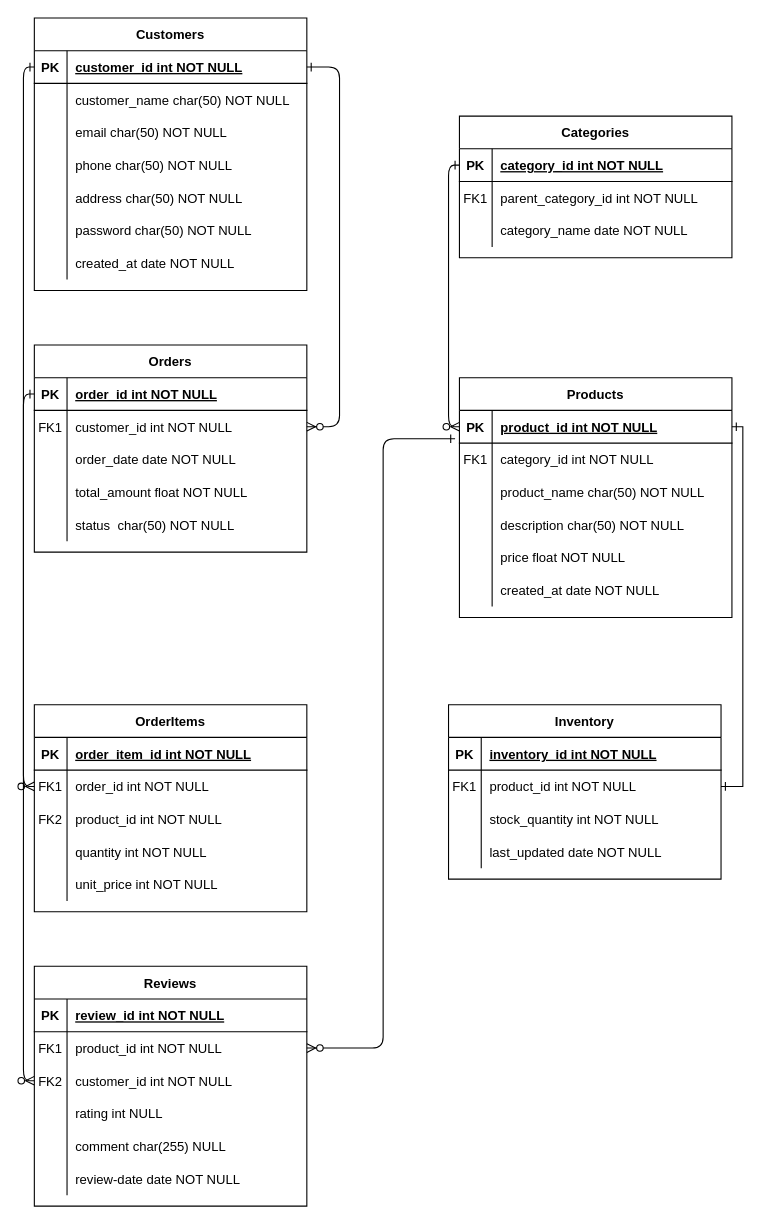
Before: amalixshop.drawio in eugeneanokye99/amalixshop, a draw.io diagram. Source tidied: cells renumbered, new cells numbered last; positions are measured from the earlier drawing's top-left corner, leaving out a move shared by most shapes. Both pictures are drawn from the tidied source at 109%, with x=0, y=0 at pixel (34, 17).
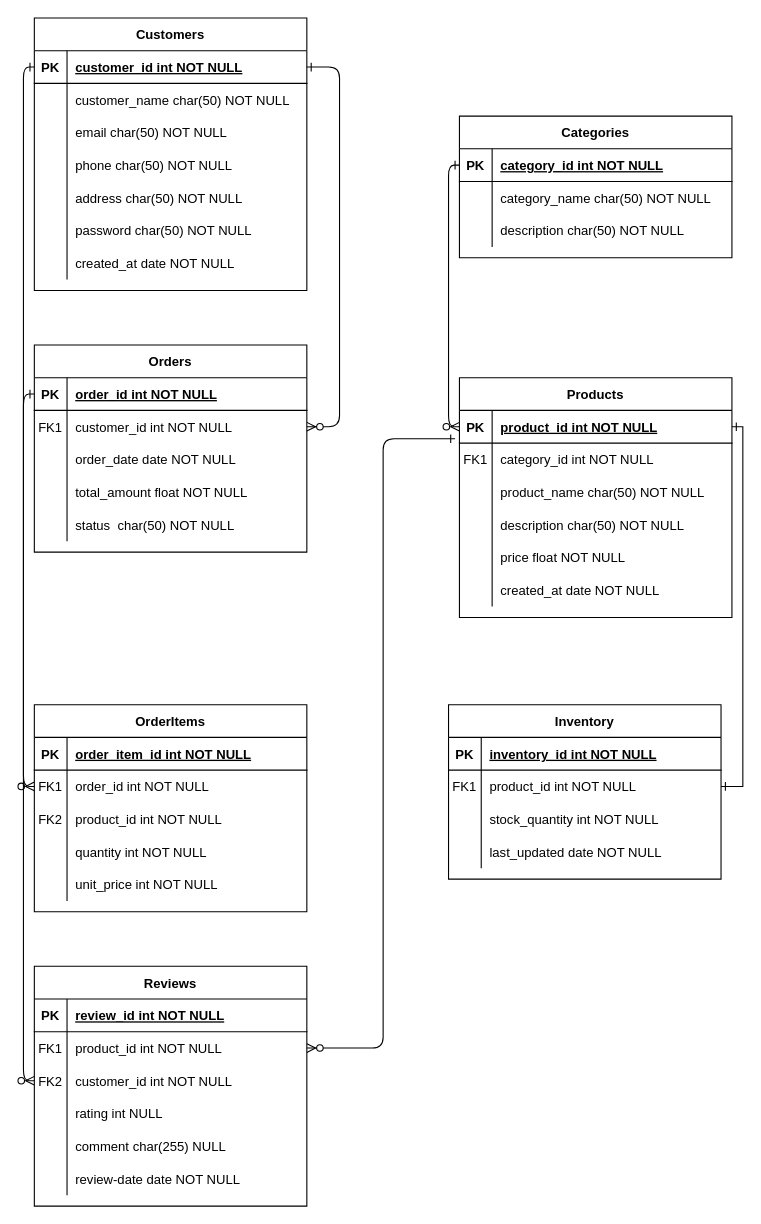
The same page after the edit.

The change refers to these unchanged cells:
```xml
<mxCell id="65" style="shape=partialRectangle;fillColor=none;top=0;left=0;right=0;bottom=0;" parent="61" vertex="1">
  <mxGeometry y="60" width="250" height="30" as="geometry" />
</mxCell>
<mxCell id="68" style="shape=partialRectangle;fillColor=none;top=0;left=0;right=0;bottom=0;" parent="61" vertex="1">
  <mxGeometry y="90" width="250" height="30" as="geometry" />
</mxCell>
```

Change to the diagram source:
```diff
@@
-    <mxCell id="66" value="FK1" style="shape=partialRectangle;overflow=hidden;fillColor=none;top=0;left=0;bottom=0;right=0;" parent="65" vertex="1">
+    <mxCell id="66" style="shape=partialRectangle;overflow=hidden;fillColor=none;top=0;left=0;bottom=0;right=0;" parent="65" vertex="1">
       <mxGeometry width="30" height="30" as="geometry" />
     </mxCell>
-    <mxCell id="67" value="parent_category_id int NOT NULL" style="shape=partialRectangle;overflow=hidden;fillColor=none;top=0;left=0;bottom=0;right=0;align=left;spacingLeft=6;" parent="65" vertex="1">
+    <mxCell id="67" value="category_name char(50) NOT NULL" style="shape=partialRectangle;overflow=hidden;fillColor=none;top=0;left=0;bottom=0;right=0;align=left;spacingLeft=6;" parent="65" vertex="1">
       <mxGeometry x="30" width="220" height="30" as="geometry" />
     </mxCell>
@@
-    <mxCell id="70" value="category_name date NOT NULL" style="shape=partialRectangle;overflow=hidden;fillColor=none;top=0;left=0;bottom=0;right=0;align=left;spacingLeft=6;" parent="68" vertex="1">
+    <mxCell id="70" value="description char(50) NOT NULL" style="shape=partialRectangle;overflow=hidden;fillColor=none;top=0;left=0;bottom=0;right=0;align=left;spacingLeft=6;" parent="68" vertex="1">
       <mxGeometry x="30" width="220" height="30" as="geometry" />
     </mxCell>
```
